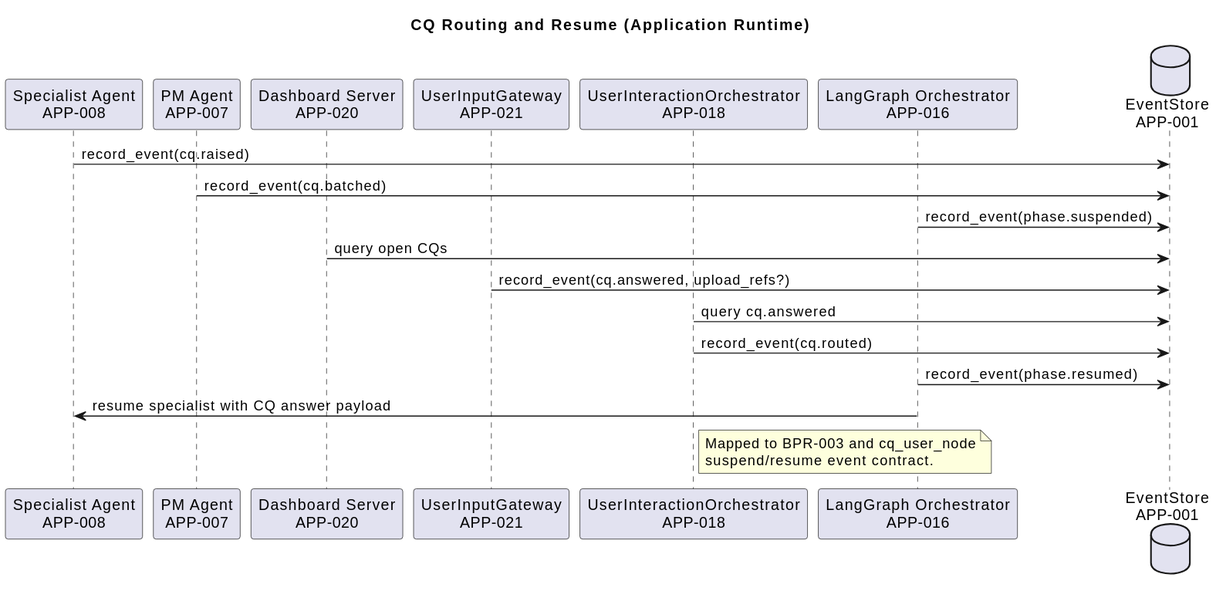
The PlantUML diagram engagements/ENG-001/work-repositories/architecture-repository/diagram-catalog/rendered/runtime-sequence-cq-routing-resume-v1.svg in mbauer83/sdlc-multi-agent-system, before a commit. Source of this version:
```plantuml
@startuml
title CQ Routing and Resume (Application Runtime)

participant "Specialist Agent\nAPP-008" as APP_008
participant "PM Agent\nAPP-007" as APP_007
participant "Dashboard Server\nAPP-020" as APP_020
participant "UserInputGateway\nAPP-021" as APP_021
participant "UserInteractionOrchestrator\nAPP-018" as APP_018
participant "LangGraph Orchestrator\nAPP-016" as APP_016
database "EventStore\nAPP-001" as APP_001

APP_008 -> APP_001: record_event(cq.raised)
APP_007 -> APP_001: record_event(cq.batched)
APP_016 -> APP_001: record_event(phase.suspended)

APP_020 -> APP_001: query open CQs
APP_021 -> APP_001: record_event(cq.answered, upload_refs?)
APP_018 -> APP_001: query cq.answered
APP_018 -> APP_001: record_event(cq.routed)
APP_016 -> APP_001: record_event(phase.resumed)
APP_016 -> APP_008: resume specialist with CQ answer payload

note right of APP_018
Mapped to BPR-003 and cq_user_node
suspend/resume event contract.
end note
@enduml
```
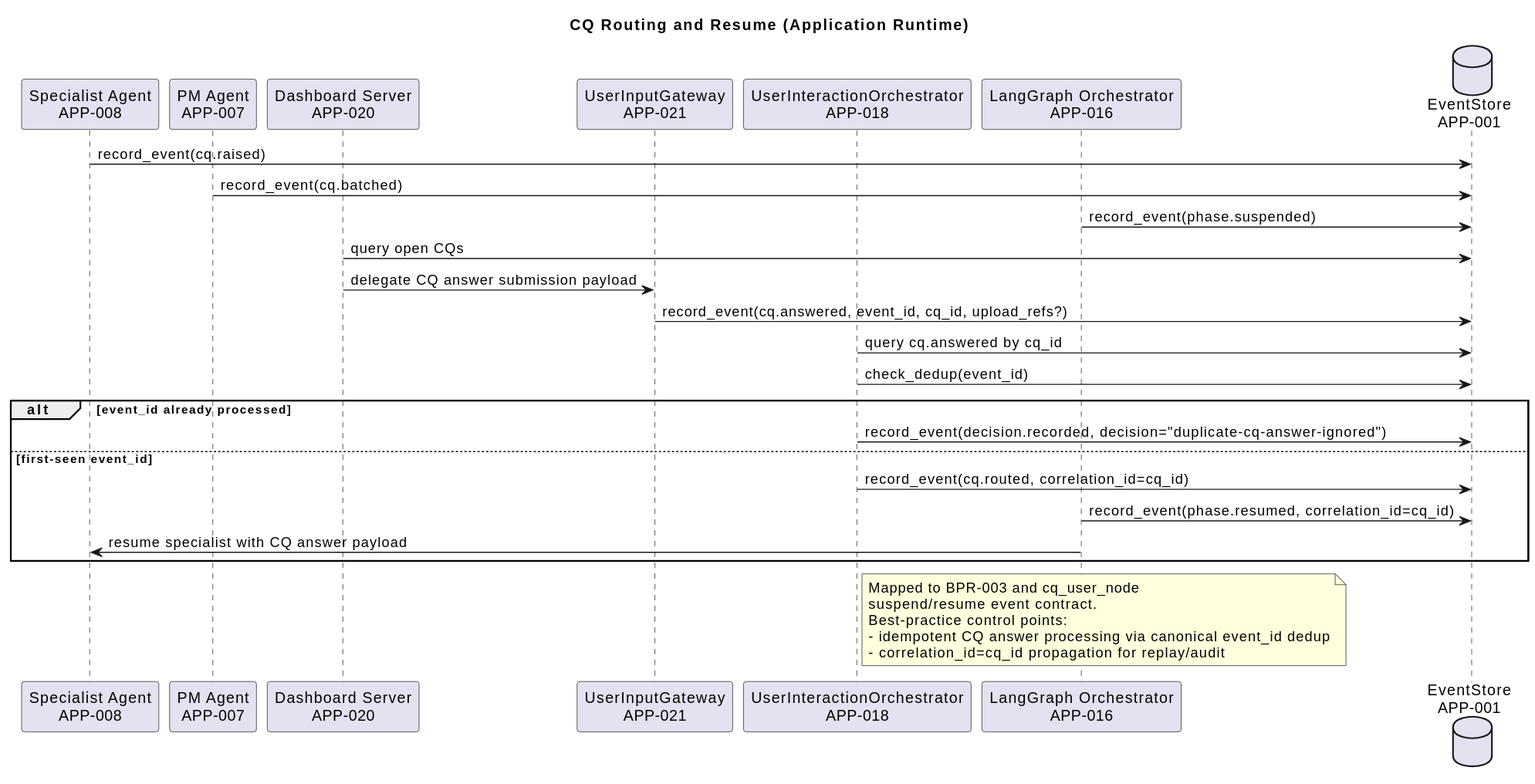
Later version of the same file.

What changed in the source:
```diff
@@ -14,14 +14,23 @@
 APP_016 -> APP_001: record_event(phase.suspended)
 
 APP_020 -> APP_001: query open CQs
-APP_021 -> APP_001: record_event(cq.answered, upload_refs?)
-APP_018 -> APP_001: query cq.answered
-APP_018 -> APP_001: record_event(cq.routed)
-APP_016 -> APP_001: record_event(phase.resumed)
-APP_016 -> APP_008: resume specialist with CQ answer payload
+APP_020 -> APP_021: delegate CQ answer submission payload
+APP_021 -> APP_001: record_event(cq.answered, event_id, cq_id, upload_refs?)
+APP_018 -> APP_001: query cq.answered by cq_id
+APP_018 -> APP_001: check_dedup(event_id)
+alt event_id already processed
+	APP_018 -> APP_001: record_event(decision.recorded, decision="duplicate-cq-answer-ignored")
+else first-seen event_id
+	APP_018 -> APP_001: record_event(cq.routed, correlation_id=cq_id)
+	APP_016 -> APP_001: record_event(phase.resumed, correlation_id=cq_id)
+	APP_016 -> APP_008: resume specialist with CQ answer payload
+end
 
 note right of APP_018
 Mapped to BPR-003 and cq_user_node
 suspend/resume event contract.
+Best-practice control points:
+- idempotent CQ answer processing via canonical event_id dedup
+- correlation_id=cq_id propagation for replay/audit
 end note
 @enduml
```
